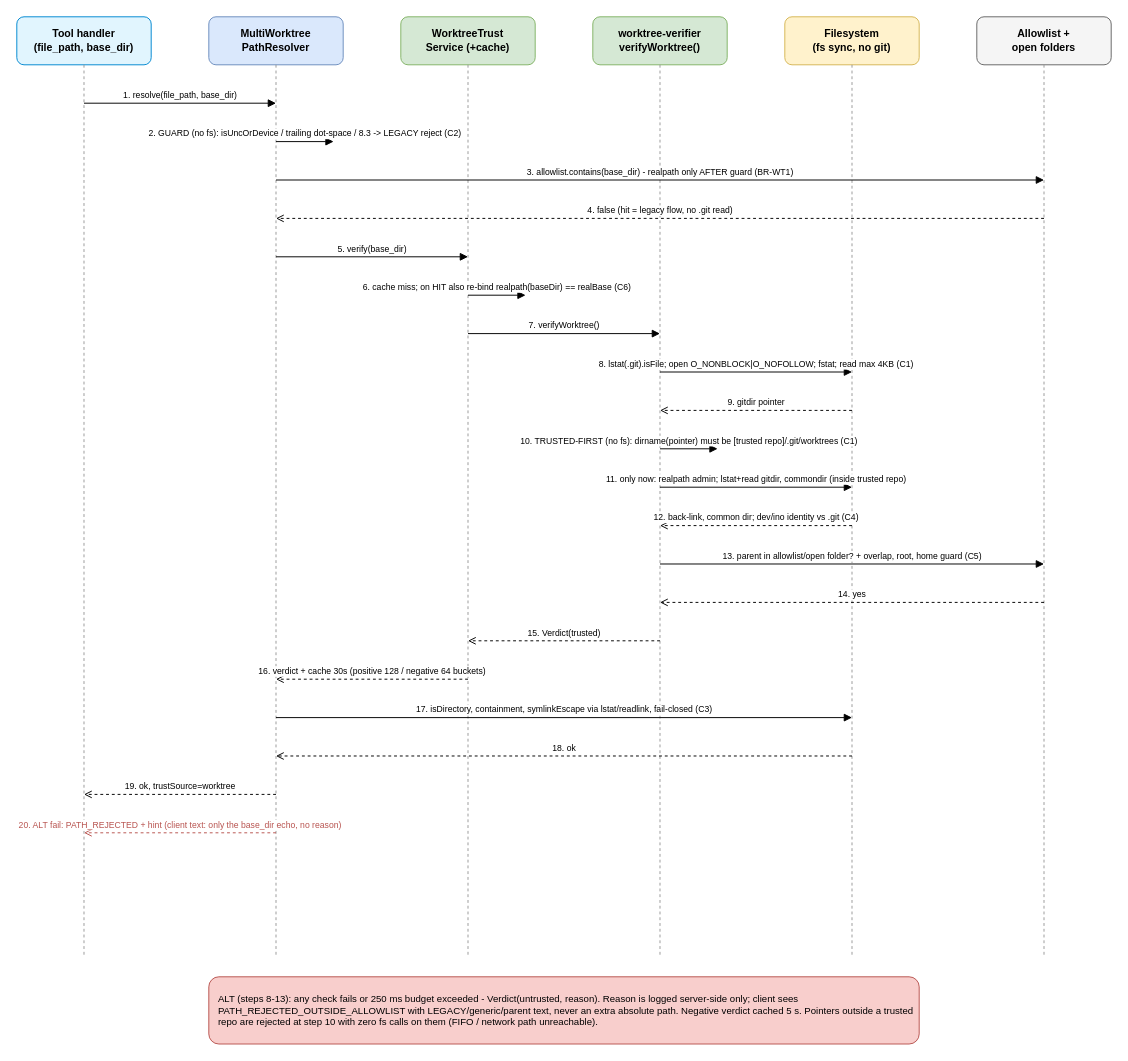
dnguyenminh/SDLC-Agents-4-Enteprise keeps this draw.io diagram as documents/SA4E-393/diagrams/sequence-worktree-trust.drawio. Above is the earlier version. Source tidied: cells renumbered, new cells numbered last; positions are measured from the earlier drawing's top-left corner, leaving out a move shared by most shapes. Both pictures are drawn from the tidied source at 96%, with x=0, y=0 at pixel (16, 16).
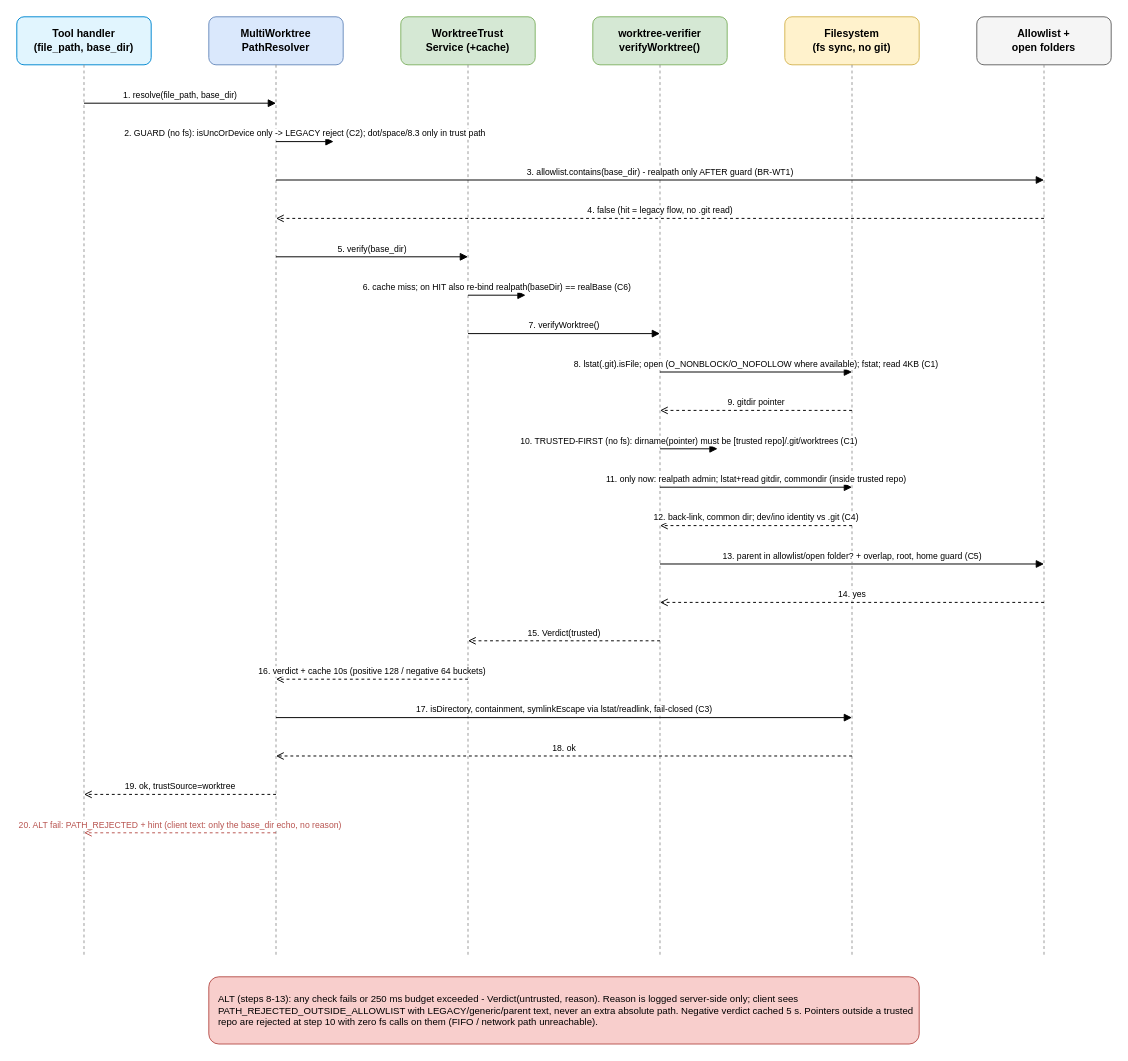
The same page after the edit.

The edit, as a diff of the source:
```diff
@@
-    <mxCell id="15" value="2. GUARD (no fs): isUncOrDevice / trailing dot-space / 8.3 -&gt; LEGACY reject (C2)" style="html=1;verticalAlign=bottom;fontSize=9;endArrow=block;endFill=1;" parent="1" edge="1">
+    <mxCell id="15" value="2. GUARD (no fs): isUncOrDevice only -&gt; LEGACY reject (C2); dot/space/8.3 only in trust path" style="html=1;verticalAlign=bottom;fontSize=9;endArrow=block;endFill=1;" parent="1" edge="1">
       <mxGeometry relative="1" as="geometry">
         <mxPoint x="270" y="130" as="sourcePoint" />
         <mxPoint x="330" y="130" as="targetPoint" />
       </mxGeometry>
     </mxCell>
@@
-    <mxCell id="21" value="8. lstat(.git).isFile; open O_NONBLOCK|O_NOFOLLOW; fstat; read max 4KB (C1)" style="html=1;verticalAlign=bottom;fontSize=9;endArrow=block;endFill=1;" parent="1" edge="1">
+    <mxCell id="21" value="8. lstat(.git).isFile; open (O_NONBLOCK/O_NOFOLLOW where available); fstat; read 4KB (C1)" style="html=1;verticalAlign=bottom;fontSize=9;endArrow=block;endFill=1;" parent="1" edge="1">
       <mxGeometry relative="1" as="geometry">
         <mxPoint x="670" y="370" as="sourcePoint" />
         <mxPoint x="870" y="370" as="targetPoint" />
       </mxGeometry>
     </mxCell>
@@
-    <mxCell id="29" value="16. verdict + cache 30s (positive 128 / negative 64 buckets)" style="html=1;verticalAlign=bottom;fontSize=9;endArrow=open;endFill=0;dashed=1;" parent="1" edge="1">
+    <mxCell id="29" value="16. verdict + cache 10s (positive 128 / negative 64 buckets)" style="html=1;verticalAlign=bottom;fontSize=9;endArrow=open;endFill=0;dashed=1;" parent="1" edge="1">
       <mxGeometry relative="1" as="geometry">
         <mxPoint x="470" y="690" as="sourcePoint" />
         <mxPoint x="270" y="690" as="targetPoint" />
       </mxGeometry>
     </mxCell>
```
